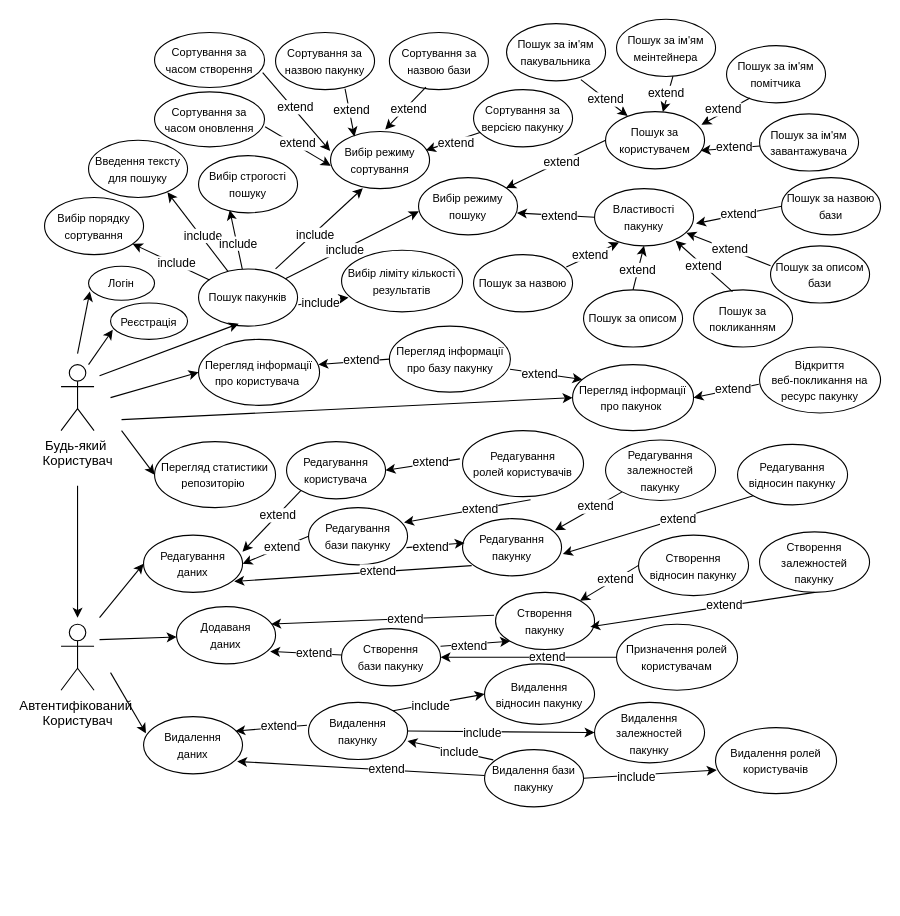
Earlier version of the draw.io diagram 3/coursework/assets/usecase_diagram.drawio (noatu/nure). Source tidied: cells renumbered, new cells numbered last; positions are measured from the earlier drawing's top-left corner, leaving out a move shared by most shapes. Both pictures are drawn from the tidied source at 110%, with x=0, y=0 at pixel (44, 19).
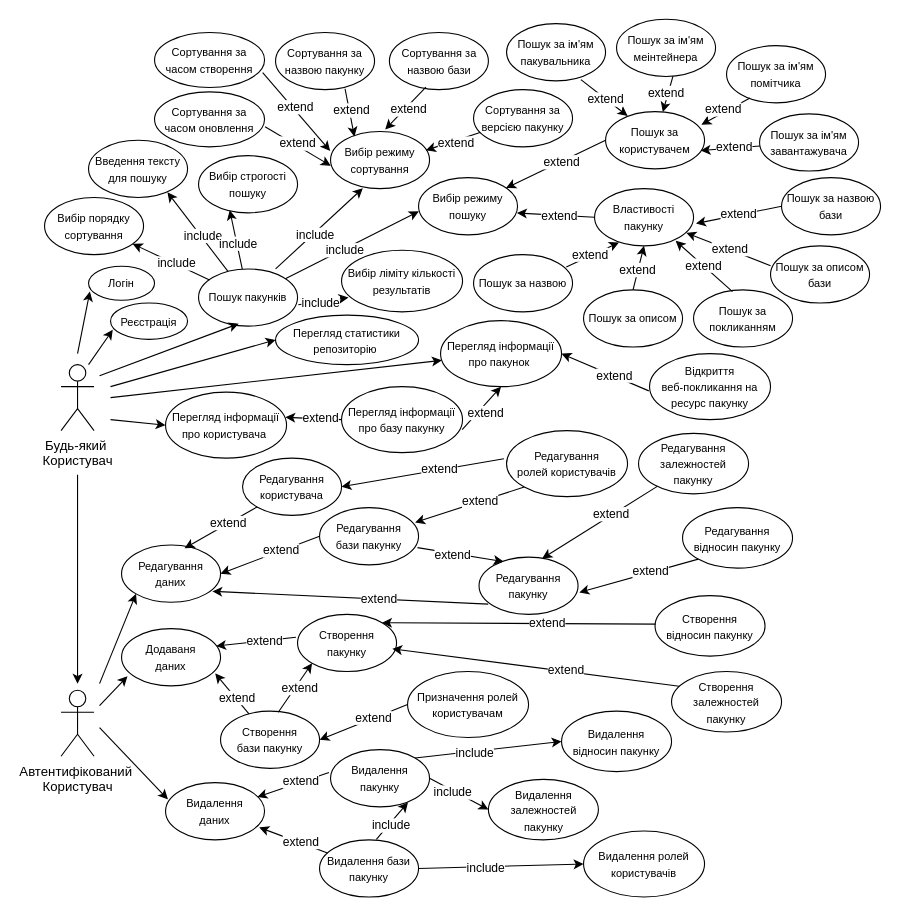
The same diagram, later.

Diff of the diagram source:
```diff
@@
     <mxCell id="7" value="&lt;span style=&quot;font-size: 10px;&quot;&gt;Редагування&lt;br&gt;користувача&lt;/span&gt;" style="ellipse;whiteSpace=wrap;html=1;" parent="1" vertex="1">
-      <mxGeometry x="220" y="384" width="90" height="52" as="geometry" />
+      <mxGeometry x="180" y="399" width="90" height="52" as="geometry" />
     </mxCell>
     <mxCell id="8" value="&lt;span style=&quot;font-size: 10px;&quot;&gt;Редагування&lt;br&gt;пакунку&lt;/span&gt;" style="ellipse;whiteSpace=wrap;html=1;" parent="1" vertex="1">
-      <mxGeometry x="380" y="454" width="90" height="52" as="geometry" />
+      <mxGeometry x="395" y="489" width="90" height="52" as="geometry" />
     </mxCell>
     <mxCell id="9" value="&lt;span style=&quot;font-size: 10px;&quot;&gt;Редагування&lt;br&gt;бази пакунку&lt;/span&gt;" style="ellipse;whiteSpace=wrap;html=1;" parent="1" vertex="1">
-      <mxGeometry x="240" y="444" width="90" height="52" as="geometry" />
+      <mxGeometry x="250" y="444" width="90" height="52" as="geometry" />
     </mxCell>
     <mxCell id="10" value="Автентифікований&amp;nbsp;&lt;div&gt;К&lt;span style=&quot;background-color: transparent; color: light-dark(rgb(0, 0, 0), rgb(255, 255, 255));&quot;&gt;ористувач&lt;/span&gt;&lt;/div&gt;" style="shape=umlActor;verticalLabelPosition=bottom;verticalAlign=top;html=1;" parent="1" vertex="1">
-      <mxGeometry x="15" y="550" width="30" height="60" as="geometry" />
+      <mxGeometry x="15" y="610" width="30" height="60" as="geometry" />
     </mxCell>
     <mxCell id="11" value="&lt;span style=&quot;font-size: 10px;&quot;&gt;Відкриття&lt;br&gt;веб-покликання на ресурс пакунку&lt;/span&gt;" style="ellipse;whiteSpace=wrap;html=1;" parent="1" vertex="1">
-      <mxGeometry x="650" y="298" width="110" height="60" as="geometry" />
+      <mxGeometry x="550" y="304" width="110" height="60" as="geometry" />
     </mxCell>
@@
     <mxCell id="78" value="&lt;span style=&quot;font-size: 10px;&quot;&gt;Перегляд статистики репозиторію&amp;nbsp;&lt;/span&gt;" style="ellipse;whiteSpace=wrap;html=1;" parent="1" vertex="1">
-      <mxGeometry x="100" y="384" width="110" height="60" as="geometry" />
+      <mxGeometry x="210" y="269" width="130" height="45" as="geometry" />
     </mxCell>
     <mxCell id="79" value="&lt;span style=&quot;font-size: 10px;&quot;&gt;Перегляд інформації про пакунок&amp;nbsp;&lt;/span&gt;" style="ellipse;whiteSpace=wrap;html=1;" parent="1" vertex="1">
-      <mxGeometry x="480" y="314" width="110" height="60" as="geometry" />
+      <mxGeometry x="360" y="274" width="110" height="60" as="geometry" />
     </mxCell>
     <mxCell id="80" value="&lt;span style=&quot;font-size: 10px;&quot;&gt;Перегляд інформації про користувача&amp;nbsp;&lt;/span&gt;" style="ellipse;whiteSpace=wrap;html=1;" parent="1" vertex="1">
-      <mxGeometry x="140" y="291" width="110" height="60" as="geometry" />
+      <mxGeometry x="110" y="339" width="110" height="60" as="geometry" />
     </mxCell>
-    <mxCell id="81" style="endArrow=classic;html=1;rounded=0;entryX=0;entryY=0.5;entryDx=0;entryDy=0;" parent="1" edge="1" target="79">
+    <mxCell id="81" style="endArrow=classic;html=1;rounded=0;" parent="1" edge="1" target="79">
       <mxGeometry relative="1" as="geometry">
-        <mxPoint x="70" y="364" as="sourcePoint" />
+        <mxPoint x="60" y="344" as="sourcePoint" />
       </mxGeometry>
     </mxCell>
     <mxCell id="82" style="endArrow=classic;html=1;rounded=0;entryX=0;entryY=0.5;entryDx=0;entryDy=0;" parent="1" edge="1" target="80">
       <mxGeometry relative="1" as="geometry">
-        <mxPoint x="60" y="344" as="sourcePoint" />
+        <mxPoint x="60" y="364" as="sourcePoint" />
       </mxGeometry>
     </mxCell>
     <mxCell id="83" value="&lt;span style=&quot;font-size: 10px;&quot;&gt;Перегляд інформації про базу пакунку&lt;/span&gt;" style="ellipse;whiteSpace=wrap;html=1;" parent="1" vertex="1">
-      <mxGeometry x="313.5" y="279" width="110" height="60" as="geometry" />
+      <mxGeometry x="270" y="334" width="110" height="60" as="geometry" />
     </mxCell>
-    <mxCell id="84" style="endArrow=classic;html=1;rounded=0;entryX=0.081;entryY=0.226;entryDx=0;entryDy=0;entryPerimeter=0;exitX=0.997;exitY=0.652;exitDx=0;exitDy=0;exitPerimeter=0;" parent="1" edge="1" source="83" target="79">
+    <mxCell id="84" style="endArrow=classic;html=1;rounded=0;entryX=0.5;entryY=1;entryDx=0;entryDy=0;exitX=0.997;exitY=0.652;exitDx=0;exitDy=0;exitPerimeter=0;" parent="1" edge="1" source="83" target="79">
       <mxGeometry relative="1" as="geometry" />
     </mxCell>
     <mxCell id="85" value="extend" style="edgeLabel;html=1;align=center;verticalAlign=middle;" parent="84" vertex="1">
-      <mxGeometry x="-0.2" y="-1" relative="1" as="geometry" />
+      <mxGeometry x="-0.2" y="-1" relative="1" as="geometry">
+        <mxPoint x="6" y="-1" as="offset" />
+      </mxGeometry>
     </mxCell>
@@
     <mxCell id="88" style="endArrow=classic;html=1;rounded=0;entryX=0;entryY=0.5;entryDx=0;entryDy=0;" parent="1" edge="1" target="78">
       <mxGeometry relative="1" as="geometry">
-        <mxPoint x="70" y="374" as="sourcePoint" />
+        <mxPoint x="60" y="334" as="sourcePoint" />
       </mxGeometry>
     </mxCell>
@@
     <mxCell id="91" style="endArrow=classic;html=1;rounded=0;" parent="1" edge="1">
       <mxGeometry relative="1" as="geometry">
-        <mxPoint x="30" y="424" as="sourcePoint" />
-        <mxPoint x="30" y="544" as="targetPoint" />
+        <mxPoint x="30" y="414" as="sourcePoint" />
+        <mxPoint x="30" y="604" as="targetPoint" />
       </mxGeometry>
     </mxCell>
@@
     <mxCell id="94" value="&lt;span style=&quot;font-size: 10px;&quot;&gt;Редагування&lt;br&gt;даних&lt;/span&gt;" style="ellipse;whiteSpace=wrap;html=1;" parent="1" vertex="1">
-      <mxGeometry x="90" y="469" width="90" height="52" as="geometry" />
+      <mxGeometry x="70" y="478" width="90" height="52" as="geometry" />
     </mxCell>
     <mxCell id="95" value="&lt;span style=&quot;font-size: 10px;&quot;&gt;Додаваня&lt;br&gt;даних&lt;/span&gt;" style="ellipse;whiteSpace=wrap;html=1;" parent="1" vertex="1">
-      <mxGeometry x="120" y="534" width="90" height="52" as="geometry" />
+      <mxGeometry x="70" y="554" width="90" height="52" as="geometry" />
     </mxCell>
-    <mxCell id="96" style="endArrow=classic;html=1;rounded=0;entryX=1;entryY=0.288;entryDx=0;entryDy=0;exitX=0;exitY=1;exitDx=0;exitDy=0;entryPerimeter=0;" parent="1" edge="1" source="7" target="94">
+    <mxCell id="96" style="endArrow=classic;html=1;rounded=0;entryX=0.637;entryY=0.056;entryDx=0;entryDy=0;exitX=0;exitY=1;exitDx=0;exitDy=0;entryPerimeter=0;" parent="1" edge="1" source="7" target="94">
       <mxGeometry relative="1" as="geometry" />
     </mxCell>
@@
     <mxCell id="98" value="&lt;span style=&quot;font-size: 10px;&quot;&gt;Редагування&lt;br&gt;ролей користувачів&lt;/span&gt;" style="ellipse;whiteSpace=wrap;html=1;" parent="1" vertex="1">
-      <mxGeometry x="380" y="374" width="110" height="60" as="geometry" />
+      <mxGeometry x="420" y="374" width="110" height="60" as="geometry" />
     </mxCell>
     <mxCell id="99" value="&lt;span style=&quot;font-size: 10px;&quot;&gt;Редагування&lt;br&gt;залежностей пакунку&lt;/span&gt;" style="ellipse;whiteSpace=wrap;html=1;" parent="1" vertex="1">
-      <mxGeometry x="510" y="382.5" width="100" height="55" as="geometry" />
+      <mxGeometry x="540" y="376.5" width="100" height="55" as="geometry" />
     </mxCell>
     <mxCell id="100" value="&lt;span style=&quot;font-size: 10px;&quot;&gt;Редагування&lt;br&gt;відносин пакунку&lt;/span&gt;" style="ellipse;whiteSpace=wrap;html=1;" parent="1" vertex="1">
-      <mxGeometry x="630" y="386.5" width="100" height="55" as="geometry" />
+      <mxGeometry x="580" y="444" width="100" height="55" as="geometry" />
     </mxCell>
@@
-    <mxCell id="103" style="endArrow=classic;html=1;rounded=0;entryX=0.965;entryY=0.259;entryDx=0;entryDy=0;exitX=0.562;exitY=1.046;exitDx=0;exitDy=0;exitPerimeter=0;entryPerimeter=0;" parent="1" edge="1" source="98" target="9">
+    <mxCell id="103" style="endArrow=classic;html=1;rounded=0;entryX=0.965;entryY=0.259;entryDx=0;entryDy=0;exitX=0;exitY=1;exitDx=0;exitDy=0;entryPerimeter=0;" parent="1" edge="1" source="98" target="9">
       <mxGeometry relative="1" as="geometry" />
     </mxCell>
@@
-    <mxCell id="105" style="endArrow=classic;html=1;rounded=0;entryX=0.021;entryY=0.424;entryDx=0;entryDy=0;exitX=0.989;exitY=0.699;exitDx=0;exitDy=0;exitPerimeter=0;entryPerimeter=0;" parent="1" edge="1" source="9" target="8">
+    <mxCell id="105" style="endArrow=classic;html=1;rounded=0;entryX=0.247;entryY=0.077;entryDx=0;entryDy=0;exitX=0.989;exitY=0.699;exitDx=0;exitDy=0;exitPerimeter=0;entryPerimeter=0;" parent="1" edge="1" source="9" target="8">
       <mxGeometry relative="1" as="geometry" />
     </mxCell>
@@
-    <mxCell id="111" style="endArrow=classic;html=1;rounded=0;entryX=0;entryY=0.5;entryDx=0;entryDy=0;" parent="1" edge="1" target="94">
+    <mxCell id="111" style="endArrow=classic;html=1;rounded=0;entryX=0;entryY=1;entryDx=0;entryDy=0;" parent="1" edge="1" target="94">
       <mxGeometry relative="1" as="geometry">
-        <mxPoint x="50" y="544" as="sourcePoint" />
+        <mxPoint x="50" y="604" as="sourcePoint" />
       </mxGeometry>
     </mxCell>
-    <mxCell id="112" style="endArrow=classic;html=1;rounded=0;entryX=0.933;entryY=0.204;entryDx=0;entryDy=0;entryPerimeter=0;" parent="1" edge="1" source="99" target="8">
+    <mxCell id="112" style="endArrow=classic;html=1;rounded=0;entryX=0.638;entryY=0.022;entryDx=0;entryDy=0;entryPerimeter=0;" parent="1" edge="1" source="99" target="8">
       <mxGeometry relative="1" as="geometry" />
     </mxCell>
@@
     <mxCell id="116" value="&lt;span style=&quot;font-size: 10px;&quot;&gt;Створення&lt;br&gt;пакунку&lt;/span&gt;" style="ellipse;whiteSpace=wrap;html=1;" parent="1" vertex="1">
-      <mxGeometry x="410" y="521" width="90" height="52" as="geometry" />
+      <mxGeometry x="230" y="541" width="90" height="52" as="geometry" />
     </mxCell>
     <mxCell id="117" value="&lt;span style=&quot;font-size: 10px;&quot;&gt;Створення&lt;br&gt;бази пакунку&lt;/span&gt;" style="ellipse;whiteSpace=wrap;html=1;" parent="1" vertex="1">
-      <mxGeometry x="270" y="554" width="90" height="52" as="geometry" />
+      <mxGeometry x="160" y="629" width="90" height="52" as="geometry" />
     </mxCell>
     <mxCell id="118" value="&lt;span style=&quot;font-size: 10px;&quot;&gt;Призначення ролей користувачам&lt;/span&gt;" style="ellipse;whiteSpace=wrap;html=1;" parent="1" vertex="1">
-      <mxGeometry x="520" y="550" width="110" height="60" as="geometry" />
+      <mxGeometry x="330" y="593" width="110" height="60" as="geometry" />
     </mxCell>
     <mxCell id="119" value="&lt;span style=&quot;font-size: 10px;&quot;&gt;Створення&lt;br&gt;залежностей пакунку&lt;/span&gt;" style="ellipse;whiteSpace=wrap;html=1;" parent="1" vertex="1">
-      <mxGeometry x="650" y="466" width="100" height="55" as="geometry" />
+      <mxGeometry x="570" y="593" width="100" height="55" as="geometry" />
     </mxCell>
     <mxCell id="120" value="&lt;span style=&quot;font-size: 10px;&quot;&gt;Створення&lt;br&gt;відносин пакунку&lt;/span&gt;" style="ellipse;whiteSpace=wrap;html=1;" parent="1" vertex="1">
-      <mxGeometry x="540" y="469" width="100" height="55" as="geometry" />
+      <mxGeometry x="555" y="524" width="100" height="55" as="geometry" />
     </mxCell>
-    <mxCell id="121" style="endArrow=classic;html=1;rounded=0;" parent="1" edge="1" target="95">
+    <mxCell id="121" style="endArrow=classic;html=1;rounded=0;entryX=0.06;entryY=0.831;entryDx=0;entryDy=0;entryPerimeter=0;" parent="1" edge="1" target="95">
       <mxGeometry relative="1" as="geometry">
-        <mxPoint x="50" y="564" as="sourcePoint" />
+        <mxPoint x="50" y="624" as="sourcePoint" />
       </mxGeometry>
     </mxCell>
@@
-    <mxCell id="126" style="endArrow=classic;html=1;rounded=0;entryX=0;entryY=1;entryDx=0;entryDy=0;exitX=1;exitY=0.308;exitDx=0;exitDy=0;exitPerimeter=0;" parent="1" edge="1" source="117" target="116">
+    <mxCell id="126" style="endArrow=classic;html=1;rounded=0;entryX=0;entryY=1;entryDx=0;entryDy=0;exitX=0.583;exitY=0.02;exitDx=0;exitDy=0;exitPerimeter=0;" parent="1" edge="1" source="117" target="116">
       <mxGeometry relative="1" as="geometry" />
     </mxCell>
     <mxCell id="127" value="extend" style="edgeLabel;html=1;align=center;verticalAlign=middle;" parent="126" vertex="1">
-      <mxGeometry x="-0.2" y="-1" relative="1" as="geometry" />
+      <mxGeometry x="-0.2" y="-1" relative="1" as="geometry">
+        <mxPoint x="6" y="-5" as="offset" />
+      </mxGeometry>
     </mxCell>
@@
-    <mxCell id="130" style="endArrow=classic;html=1;rounded=0;exitX=0.5;exitY=1;exitDx=0;exitDy=0;entryX=0.957;entryY=0.602;entryDx=0;entryDy=0;entryPerimeter=0;" parent="1" edge="1" source="119" target="116">
+    <mxCell id="130" style="endArrow=classic;html=1;rounded=0;exitX=0.07;exitY=0.243;exitDx=0;exitDy=0;entryX=0.957;entryY=0.602;entryDx=0;entryDy=0;entryPerimeter=0;exitPerimeter=0;" parent="1" edge="1" source="119" target="116">
       <mxGeometry relative="1" as="geometry" />
     </mxCell>
@@
-    <mxCell id="132" style="endArrow=classic;html=1;rounded=0;exitX=0;exitY=0.5;exitDx=0;exitDy=0;entryX=1;entryY=0;entryDx=0;entryDy=0;" parent="1" edge="1" source="120" target="116">
+    <mxCell id="132" style="endArrow=classic;html=1;rounded=0;entryX=1;entryY=0;entryDx=0;entryDy=0;exitX=0.005;exitY=0.471;exitDx=0;exitDy=0;exitPerimeter=0;" parent="1" edge="1" source="120" target="116">
       <mxGeometry relative="1" as="geometry" />
     </mxCell>
@@
     <mxCell id="134" style="endArrow=classic;html=1;rounded=0;entryX=0.024;entryY=0.292;entryDx=0;entryDy=0;entryPerimeter=0;" parent="1" edge="1" target="135">
       <mxGeometry relative="1" as="geometry">
-        <mxPoint x="60" y="594" as="sourcePoint" />
+        <mxPoint x="50" y="644" as="sourcePoint" />
       </mxGeometry>
     </mxCell>
     <mxCell id="135" value="&lt;span style=&quot;font-size: 10px;&quot;&gt;Видалення&lt;br&gt;даних&lt;/span&gt;" style="ellipse;whiteSpace=wrap;html=1;" parent="1" vertex="1">
-      <mxGeometry x="90" y="634" width="90" height="52" as="geometry" />
+      <mxGeometry x="110" y="694" width="90" height="52" as="geometry" />
     </mxCell>
     <mxCell id="136" value="&lt;span style=&quot;font-size: 10px;&quot;&gt;Видалення&lt;br&gt;пакунку&lt;/span&gt;" style="ellipse;whiteSpace=wrap;html=1;" parent="1" vertex="1">
-      <mxGeometry x="240" y="621" width="90" height="52" as="geometry" />
+      <mxGeometry x="260" y="664" width="90" height="52" as="geometry" />
     </mxCell>
     <mxCell id="137" value="&lt;span style=&quot;font-size: 10px;&quot;&gt;Видалення бази пакунку&lt;/span&gt;" style="ellipse;whiteSpace=wrap;html=1;" parent="1" vertex="1">
-      <mxGeometry x="400" y="664" width="90" height="52" as="geometry" />
+      <mxGeometry x="250" y="746" width="90" height="52" as="geometry" />
     </mxCell>
     <mxCell id="138" value="&lt;span style=&quot;font-size: 10px;&quot;&gt;Видалення ролей користувачів&lt;/span&gt;" style="ellipse;whiteSpace=wrap;html=1;" parent="1" vertex="1">
-      <mxGeometry x="610" y="644" width="110" height="60" as="geometry" />
+      <mxGeometry x="490" y="738" width="110" height="60" as="geometry" />
     </mxCell>
     <mxCell id="139" value="&lt;span style=&quot;font-size: 10px;&quot;&gt;Видалення&lt;br&gt;залежностей пакунку&lt;/span&gt;" style="ellipse;whiteSpace=wrap;html=1;" parent="1" vertex="1">
-      <mxGeometry x="500" y="621" width="100" height="55" as="geometry" />
+      <mxGeometry x="403.5" y="691" width="100" height="55" as="geometry" />
     </mxCell>
     <mxCell id="140" value="&lt;span style=&quot;font-size: 10px;&quot;&gt;Видалення&lt;br&gt;відносин пакунку&lt;/span&gt;" style="ellipse;whiteSpace=wrap;html=1;" parent="1" vertex="1">
-      <mxGeometry x="400" y="586" width="100" height="55" as="geometry" />
+      <mxGeometry x="470" y="629" width="100" height="55" as="geometry" />
     </mxCell>
@@
-    <mxCell id="145" style="endArrow=classic;html=1;rounded=0;exitX=0.088;exitY=0.179;exitDx=0;exitDy=0;exitPerimeter=0;entryX=0.999;entryY=0.674;entryDx=0;entryDy=0;entryPerimeter=0;" parent="1" edge="1" source="137" target="136">
+    <mxCell id="145" style="endArrow=classic;html=1;rounded=0;entryX=0.782;entryY=0.922;entryDx=0;entryDy=0;exitX=0.574;exitY=-0.007;exitDx=0;exitDy=0;exitPerimeter=0;entryPerimeter=0;" parent="1" edge="1" source="137" target="136">
       <mxGeometry relative="1" as="geometry" />
     </mxCell>
@@
-    <mxCell id="147" style="endArrow=classic;html=1;rounded=0;entryX=0.009;entryY=0.643;entryDx=0;entryDy=0;exitX=1;exitY=0.5;exitDx=0;exitDy=0;entryPerimeter=0;" parent="1" edge="1" source="137" target="138">
+    <mxCell id="147" style="endArrow=classic;html=1;rounded=0;entryX=0;entryY=0.5;entryDx=0;entryDy=0;exitX=1;exitY=0.5;exitDx=0;exitDy=0;" parent="1" edge="1" source="137" target="138">
       <mxGeometry relative="1" as="geometry" />
     </mxCell>
```
